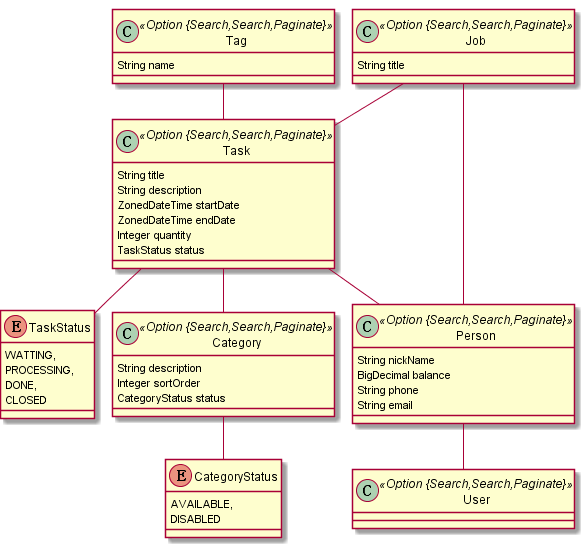
lsfoo/share-task keeps this PlantUML diagram as models/task.png. Above is the earlier version. The source it was exported from:
```plantuml
@startuml
	!pragma graphviz_dot jdot
	!pragma syntax class
	class Task <<Option {Search,Search,Paginate}>> {
		String title
		String description
		ZonedDateTime startDate
		ZonedDateTime endDate
		Integer quantity
		TaskStatus status
	}
	Task ..> TaskStatus
	enum TaskStatus {
		WATTING,
		PROCESSING,
		DONE,
		CLOSED
	}
	class Job <<Option {Search,Search,Paginate}>> {
		String title
	}
	class Category <<Option {Search,Search,Paginate}>> {
		String description
		Integer sortOrder
		CategoryStatus status
	}
	Category ..> CategoryStatus
	class Tag <<Option {Search,Search,Paginate}>> {
		String name
	}
	class Person <<Option {Search,Search,Paginate}>> {
		String nickName
		BigDecimal balance
		String phone
		String email
	}
	Person  "user(login) 0..1 " -- "0..1 "  User
	enum CategoryStatus {
		AVAILABLE,
		DISABLED
	}
	Job  "task(title) 0..* " o-- "job 0..1 "  Task
	Job  "Person(nickName) 0..* " o-- "job 0..1 "  Person
	Task  "category(description) 0..* " o-- "task 0..1 "  Category
	Task  "Person(nickName) 0..* " o-- "task 0..1 "  Person
	Tag  "task(title) 0..* " o--o "tag(name) 0..* "  Task
	class User <<Option {Search,Search,Paginate}>> {
	}
@enduml
```
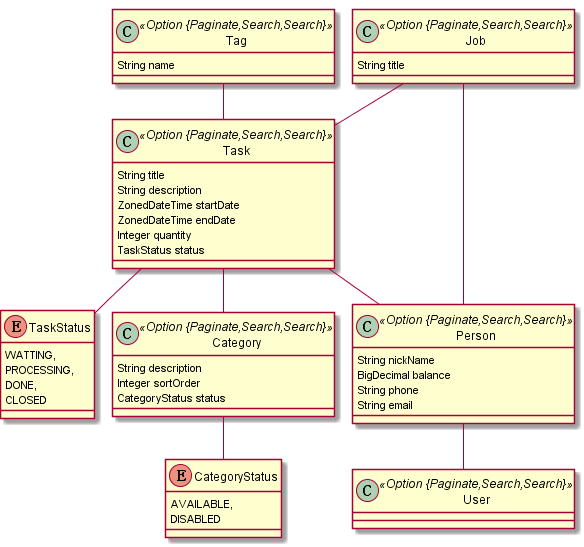
The same diagram one commit later.

Diff of the diagram source:
```diff
@@ -1,7 +1,7 @@
 @startuml
 	!pragma graphviz_dot jdot
 	!pragma syntax class
-	class Task <<Option {Search,Search,Paginate}>> {
+	class Task <<Option {Paginate,Search,Search}>> {
 		String title
 		String description
 		ZonedDateTime startDate
@@ -16,19 +16,19 @@
 		DONE,
 		CLOSED
 	}
-	class Job <<Option {Search,Search,Paginate}>> {
+	class Job <<Option {Paginate,Search,Search}>> {
 		String title
 	}
-	class Category <<Option {Search,Search,Paginate}>> {
+	class Category <<Option {Paginate,Search,Search}>> {
 		String description
 		Integer sortOrder
 		CategoryStatus status
 	}
 	Category ..> CategoryStatus
-	class Tag <<Option {Search,Search,Paginate}>> {
+	class Tag <<Option {Paginate,Search,Search}>> {
 		String name
 	}
-	class Person <<Option {Search,Search,Paginate}>> {
+	class Person <<Option {Paginate,Search,Search}>> {
 		String nickName
 		BigDecimal balance
 		String phone
@@ -44,6 +44,6 @@
 	Task  "category(description) 0..* " o-- "task 0..1 "  Category
 	Task  "Person(nickName) 0..* " o-- "task 0..1 "  Person
 	Tag  "task(title) 0..* " o--o "tag(name) 0..* "  Task
-	class User <<Option {Search,Search,Paginate}>> {
+	class User <<Option {Paginate,Search,Search}>> {
 	}
 @enduml
```
